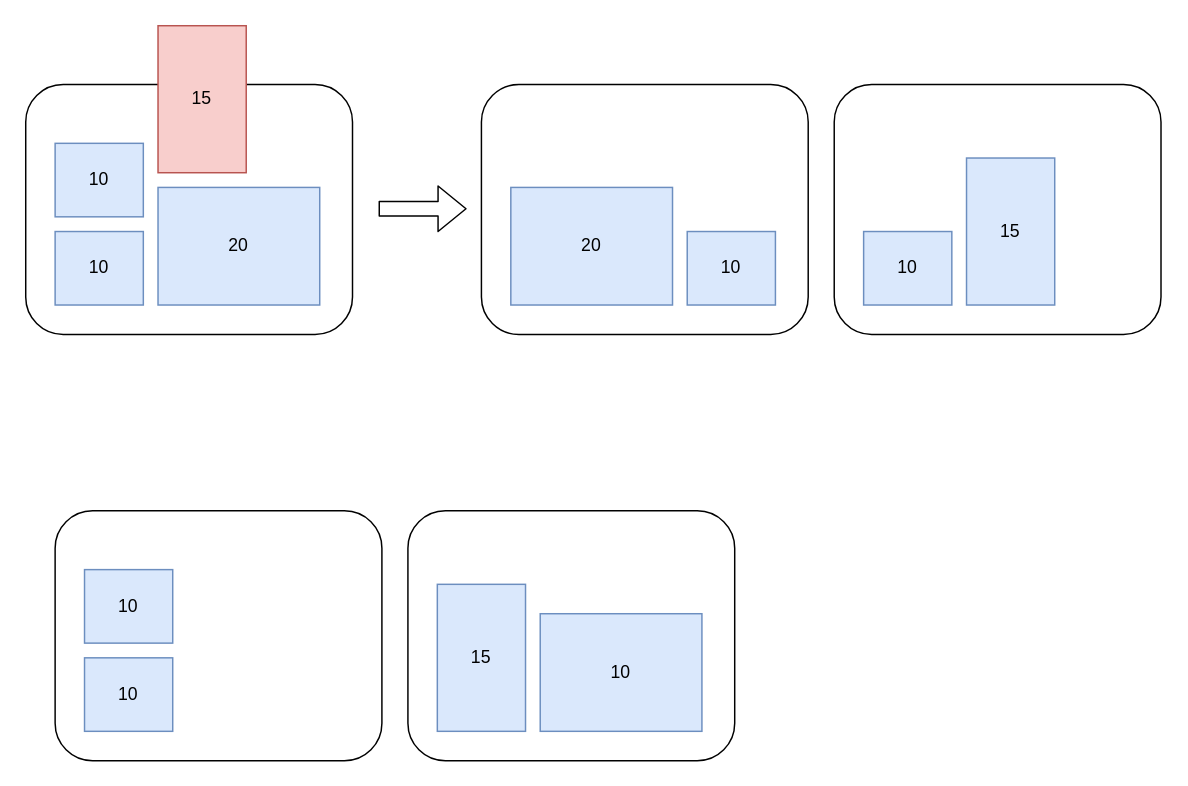
This is diagramms/Untitled Diagram.drawio from agabuza/blog-diagramms, a draw.io file, before an edit. Source tidied: cells renumbered, new cells numbered last; positions are measured from the earlier drawing's top-left corner, leaving out a move shared by most shapes. Both pictures are drawn from the tidied source at 147%, with x=0, y=0 at pixel (25, 25).
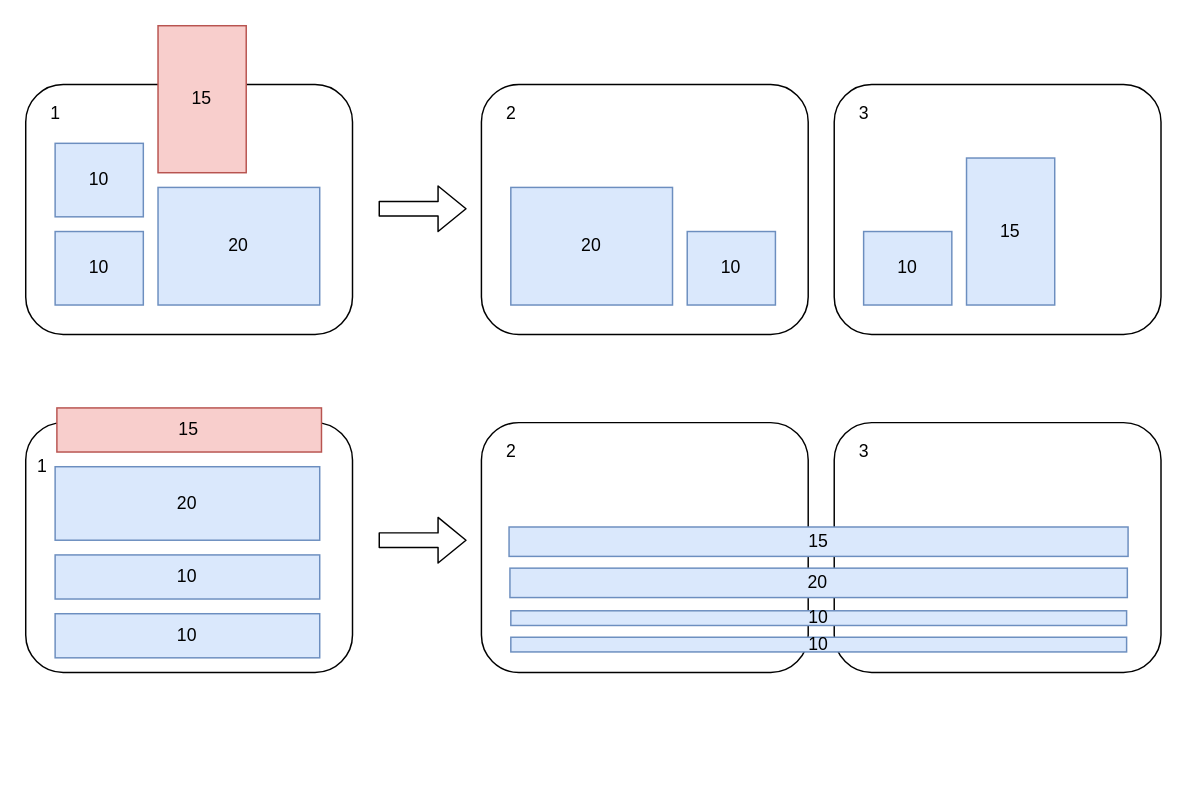
Above is the later version.

What changed in the source:
```diff
@@
-    <mxCell id="14" style="rounded=1;whiteSpace=wrap;html=1;" parent="1" vertex="1">
-      <mxGeometry x="20" y="330" width="222.3" height="170" as="geometry" />
-    </mxCell>
-    <mxCell id="15" value="10" style="rounded=0;whiteSpace=wrap;html=1;direction=south;fillColor=#dae8fc;strokeColor=#6c8ebf;" parent="1" vertex="1">
-      <mxGeometry x="40" y="430" width="60" height="50" as="geometry" />
-    </mxCell>
-    <mxCell id="16" value="10" style="rounded=0;whiteSpace=wrap;html=1;fillColor=#dae8fc;strokeColor=#6c8ebf;" parent="1" vertex="1">
-      <mxGeometry x="40" y="370" width="60" height="50" as="geometry" />
-    </mxCell>
-    <mxCell id="17" style="rounded=1;whiteSpace=wrap;html=1;" parent="1" vertex="1">
-      <mxGeometry x="260" y="330" width="222.3" height="170" as="geometry" />
-    </mxCell>
-    <mxCell id="18" value="10" style="rounded=0;whiteSpace=wrap;html=1;direction=south;fillColor=#dae8fc;strokeColor=#6c8ebf;" parent="1" vertex="1">
-      <mxGeometry x="350" y="400" width="110" height="80" as="geometry" />
-    </mxCell>
+    <mxCell id="20" value="10" style="rounded=0;whiteSpace=wrap;html=1;fillColor=#dae8fc;strokeColor=#6c8ebf;" parent="1" vertex="1">
+      <mxGeometry x="570" y="140" width="60" height="50" as="geometry" />
+    </mxCell>
+    <mxCell id="21" value="1" style="text;html=1;align=center;verticalAlign=middle;" parent="1" vertex="1">
+      <mxGeometry x="10" y="50" width="20" height="20" as="geometry" />
+    </mxCell>
+    <mxCell id="22" value="2" style="text;html=1;align=center;verticalAlign=middle;" parent="1" vertex="1">
+      <mxGeometry x="320" y="50" width="20" height="20" as="geometry" />
+    </mxCell>
+    <mxCell id="23" value="3" style="text;html=1;align=center;verticalAlign=middle;" parent="1" vertex="1">
+      <mxGeometry x="560" y="50" width="20" height="20" as="geometry" />
+    </mxCell>
+    <mxCell id="24" style="rounded=1;whiteSpace=wrap;html=1;" parent="1" vertex="1">
+      <mxGeometry y="270" width="222.3" height="170" as="geometry" />
+    </mxCell>
+    <mxCell id="25" style="rounded=1;whiteSpace=wrap;html=1;" parent="1" vertex="1">
+      <mxGeometry x="310" y="270" width="222.3" height="170" as="geometry" />
+    </mxCell>
+    <mxCell id="26" style="rounded=1;whiteSpace=wrap;html=1;" parent="1" vertex="1">
+      <mxGeometry x="550" y="270" width="222.3" height="170" as="geometry" />
+    </mxCell>
+    <mxCell id="27" value="10" style="rounded=0;whiteSpace=wrap;html=1;fillColor=#dae8fc;strokeColor=#6c8ebf;" parent="1" vertex="1">
+      <mxGeometry x="20" y="400" width="180" height="30" as="geometry" />
+    </mxCell>
+    <mxCell id="28" value="10" style="rounded=0;whiteSpace=wrap;html=1;fillColor=#dae8fc;strokeColor=#6c8ebf;" parent="1" vertex="1">
+      <mxGeometry x="20" y="360" width="180" height="30" as="geometry" />
+    </mxCell>
+    <mxCell id="29" value="20" style="rounded=0;whiteSpace=wrap;html=1;fillColor=#dae8fc;strokeColor=#6c8ebf;" parent="1" vertex="1">
+      <mxGeometry x="20" y="300" width="180" height="50" as="geometry" />
+    </mxCell>
+    <mxCell id="30" value="15" style="rounded=0;whiteSpace=wrap;html=1;fillColor=#f8cecc;strokeColor=#b85450;" parent="1" vertex="1">
+      <mxGeometry x="21.2" y="260" width="180" height="30" as="geometry" />
+    </mxCell>
+    <mxCell id="31" style="shape=flexArrow;endArrow=classic;html=1;" parent="1" edge="1">
+      <mxGeometry relative="1" as="geometry">
+        <mxPoint x="240" y="350" as="sourcePoint" />
+        <mxPoint x="300" y="350" as="targetPoint" />
+      </mxGeometry>
+    </mxCell>
+    <mxCell id="32" value="10" style="rounded=0;whiteSpace=wrap;html=1;fillColor=#dae8fc;strokeColor=#6c8ebf;" parent="1" vertex="1">
+      <mxGeometry x="330" y="416" width="418.9" height="10" as="geometry" />
+    </mxCell>
+    <mxCell id="33" value="10" style="rounded=0;whiteSpace=wrap;html=1;fillColor=#dae8fc;strokeColor=#6c8ebf;" parent="1" vertex="1">
+      <mxGeometry x="330" y="398" width="418.9" height="10" as="geometry" />
+    </mxCell>
+    <mxCell id="34" value="20" style="rounded=0;whiteSpace=wrap;html=1;fillColor=#dae8fc;strokeColor=#6c8ebf;" parent="1" vertex="1">
+      <mxGeometry x="329.4" y="369" width="420" height="20" as="geometry" />
+    </mxCell>
     <mxCell id="19" value="15" style="rounded=0;whiteSpace=wrap;html=1;fillColor=#dae8fc;strokeColor=#6c8ebf;" parent="1" vertex="1">
-      <mxGeometry x="280" y="380" width="60" height="100" as="geometry" />
+      <mxGeometry x="328.8" y="341" width="421.1" height="20" as="geometry" />
     </mxCell>
-    <mxCell id="20" value="10" style="rounded=0;whiteSpace=wrap;html=1;fillColor=#dae8fc;strokeColor=#6c8ebf;" parent="1" vertex="1">
-      <mxGeometry x="570" y="140" width="60" height="50" as="geometry" />
-    </mxCell>
+    <mxCell id="35" value="2" style="text;html=1;align=center;verticalAlign=middle;" parent="1" vertex="1">
+      <mxGeometry x="320" y="280" width="20" height="20" as="geometry" />
+    </mxCell>
+    <mxCell id="36" value="3" style="text;html=1;align=center;verticalAlign=middle;" parent="1" vertex="1">
+      <mxGeometry x="560" y="280" width="20" height="20" as="geometry" />
+    </mxCell>
+    <mxCell id="37" value="1" style="text;html=1;align=center;verticalAlign=middle;" parent="1" vertex="1">
+      <mxGeometry x="1.1" y="290" width="20" height="20" as="geometry" />
+    </mxCell>
```
